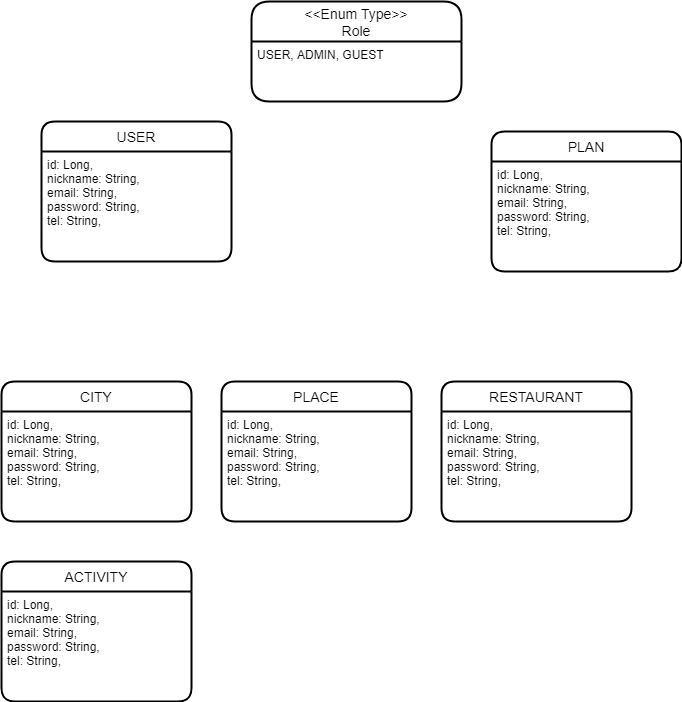
Above: Triplus_ERD.png in dooyeong20/special-trip (draw.io), before the change. Source tidied: cells renumbered, new cells last; positions are measured from the earlier drawing's top-left corner, leaving out a move shared by most shapes.
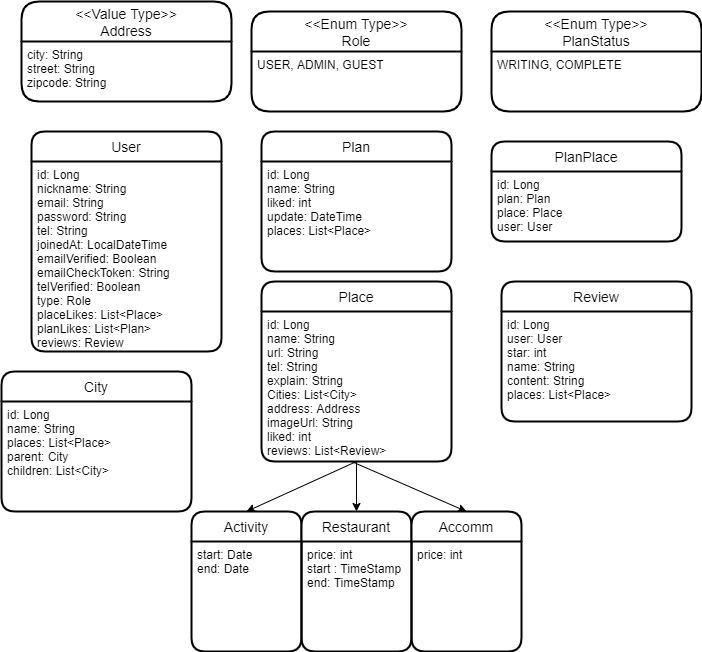
The same diagram one commit later.

The edit, as a diff of the source:
```diff
@@ -2,47 +2,90 @@
   <root>
     <mxCell id="0" />
     <mxCell id="1" parent="0" />
-    <mxCell id="2" value="USER" style="swimlane;horizontal=1;startSize=30;rounded=1;fontSize=14;fontStyle=0;strokeWidth=2;shadow=0;dashed=0;align=center;" parent="1" vertex="1">
-      <mxGeometry x="40" y="120" width="190" height="140" as="geometry" />
+    <mxCell id="2" value="User" style="swimlane;horizontal=1;startSize=30;rounded=1;fontSize=14;fontStyle=0;strokeWidth=2;shadow=0;dashed=0;align=center;" parent="1" vertex="1">
+      <mxGeometry x="30" y="60" width="190" height="220" as="geometry" />
     </mxCell>
-    <mxCell id="3" value="id: Long,&#10;nickname: String,&#10;email: String,&#10;password: String,&#10;tel: String," style="align=left;strokeColor=none;fillColor=none;spacingLeft=4;fontSize=12;verticalAlign=top;" parent="2" vertex="1">
-      <mxGeometry y="30" width="190" height="110" as="geometry" />
+    <mxCell id="3" value="id: Long&#10;nickname: String&#10;email: String&#10;password: String&#10;tel: String&#10;joinedAt: LocalDateTime&#10;emailVerified: Boolean&#10;emailCheckToken: String&#10;telVerified: Boolean&#10;type: Role&#10;placeLikes: List&lt;Place&gt;&#10;planLikes: List&lt;Plan&gt;&#10;reviews: Review" style="align=left;strokeColor=none;fillColor=none;spacingLeft=4;fontSize=12;verticalAlign=top;" parent="2" vertex="1">
+      <mxGeometry y="30" width="190" height="190" as="geometry" />
     </mxCell>
     <mxCell id="4" value="&lt;&lt;Enum Type&gt;&gt;&#10;Role" style="swimlane;horizontal=1;startSize=40;rounded=1;fontSize=14;fontStyle=0;strokeWidth=2;shadow=0;dashed=0;align=center;" parent="1" vertex="1">
-      <mxGeometry x="250" width="210" height="100" as="geometry" />
+      <mxGeometry x="250" y="-60" width="210" height="100" as="geometry" />
     </mxCell>
     <mxCell id="5" value="USER, ADMIN, GUEST" style="align=left;strokeColor=none;fillColor=none;spacingLeft=4;fontSize=12;verticalAlign=top;" parent="4" vertex="1">
       <mxGeometry y="40" width="210" height="60" as="geometry" />
     </mxCell>
-    <mxCell id="6" value="CITY" style="swimlane;horizontal=1;startSize=30;rounded=1;fontSize=14;fontStyle=0;strokeWidth=2;shadow=0;dashed=0;align=center;" parent="1" vertex="1">
-      <mxGeometry y="380" width="190" height="140" as="geometry" />
+    <mxCell id="6" value="City" style="swimlane;horizontal=1;startSize=30;rounded=1;fontSize=14;fontStyle=0;strokeWidth=2;shadow=0;dashed=0;align=center;" parent="1" vertex="1">
+      <mxGeometry y="300" width="190" height="140" as="geometry" />
     </mxCell>
-    <mxCell id="7" value="id: Long,&#10;nickname: String,&#10;email: String,&#10;password: String,&#10;tel: String," style="align=left;strokeColor=none;fillColor=none;spacingLeft=4;fontSize=12;verticalAlign=top;" parent="6" vertex="1">
+    <mxCell id="7" value="id: Long&#10;name: String&#10;places: List&lt;Place&gt;&#10;parent: City&#10;children: List&lt;City&gt;" style="align=left;strokeColor=none;fillColor=none;spacingLeft=4;fontSize=12;verticalAlign=top;" parent="6" vertex="1">
       <mxGeometry y="30" width="190" height="110" as="geometry" />
     </mxCell>
-    <mxCell id="8" value="PLAN" style="swimlane;horizontal=1;startSize=30;rounded=1;fontSize=14;fontStyle=0;strokeWidth=2;shadow=0;dashed=0;align=center;" parent="1" vertex="1">
-      <mxGeometry x="490" y="130" width="190" height="140" as="geometry" />
+    <mxCell id="8" value="Plan" style="swimlane;horizontal=1;startSize=30;rounded=1;fontSize=14;fontStyle=0;strokeWidth=2;shadow=0;dashed=0;align=center;" parent="1" vertex="1">
+      <mxGeometry x="260" y="60" width="190" height="140" as="geometry" />
     </mxCell>
-    <mxCell id="9" value="id: Long,&#10;nickname: String,&#10;email: String,&#10;password: String,&#10;tel: String," style="align=left;strokeColor=none;fillColor=none;spacingLeft=4;fontSize=12;verticalAlign=top;" parent="8" vertex="1">
+    <mxCell id="9" value="id: Long&#10;name: String&#10;liked: int&#10;update: DateTime&#10;places: List&lt;Place&gt;" style="align=left;strokeColor=none;fillColor=none;spacingLeft=4;fontSize=12;verticalAlign=top;" parent="8" vertex="1">
       <mxGeometry y="30" width="190" height="110" as="geometry" />
     </mxCell>
-    <mxCell id="10" value="PLACE" style="swimlane;horizontal=1;startSize=30;rounded=1;fontSize=14;fontStyle=0;strokeWidth=2;shadow=0;dashed=0;align=center;" parent="1" vertex="1">
-      <mxGeometry x="220" y="380" width="190" height="140" as="geometry" />
+    <mxCell id="10" value="Place" style="swimlane;horizontal=1;startSize=30;rounded=1;fontSize=14;fontStyle=0;strokeWidth=2;shadow=0;dashed=0;align=center;" parent="1" vertex="1">
+      <mxGeometry x="260" y="210" width="190" height="180" as="geometry" />
     </mxCell>
-    <mxCell id="11" value="id: Long,&#10;nickname: String,&#10;email: String,&#10;password: String,&#10;tel: String," style="align=left;strokeColor=none;fillColor=none;spacingLeft=4;fontSize=12;verticalAlign=top;" parent="10" vertex="1">
-      <mxGeometry y="30" width="190" height="110" as="geometry" />
+    <mxCell id="11" value="id: Long&#10;name: String&#10;url: String&#10;tel: String&#10;explain: String&#10;Cities: List&lt;City&gt;&#10;address: Address&#10;imageUrl: String&#10;liked: int&#10;reviews: List&lt;Review&gt;" style="align=left;strokeColor=none;fillColor=none;spacingLeft=4;fontSize=12;verticalAlign=top;" parent="10" vertex="1">
+      <mxGeometry y="30" width="190" height="150" as="geometry" />
     </mxCell>
-    <mxCell id="12" value="RESTAURANT" style="swimlane;horizontal=1;startSize=30;rounded=1;fontSize=14;fontStyle=0;strokeWidth=2;shadow=0;dashed=0;align=center;" parent="1" vertex="1">
-      <mxGeometry x="440" y="380" width="190" height="140" as="geometry" />
-    </mxCell>
-    <mxCell id="13" value="id: Long,&#10;nickname: String,&#10;email: String,&#10;password: String,&#10;tel: String," style="align=left;strokeColor=none;fillColor=none;spacingLeft=4;fontSize=12;verticalAlign=top;" parent="12" vertex="1">
-      <mxGeometry y="30" width="190" height="110" as="geometry" />
-    </mxCell>
-    <mxCell id="14" value="ACTIVITY" style="swimlane;horizontal=1;startSize=30;rounded=1;fontSize=14;fontStyle=0;strokeWidth=2;shadow=0;dashed=0;align=center;" parent="1" vertex="1">
-      <mxGeometry y="560" width="190" height="140" as="geometry" />
-    </mxCell>
-    <mxCell id="15" value="id: Long,&#10;nickname: String,&#10;email: String,&#10;password: String,&#10;tel: String," style="align=left;strokeColor=none;fillColor=none;spacingLeft=4;fontSize=12;verticalAlign=top;" parent="14" vertex="1">
-      <mxGeometry y="30" width="190" height="110" as="geometry" />
-    </mxCell>
+    <mxCell id="16" value="&lt;&lt;Enum Type&gt;&gt;&#10;PlanStatus" style="swimlane;horizontal=1;startSize=40;rounded=1;fontSize=14;fontStyle=0;strokeWidth=2;shadow=0;dashed=0;align=center;" parent="1" vertex="1">
+      <mxGeometry x="490" y="-60" width="210" height="100" as="geometry" />
+    </mxCell>
+    <mxCell id="17" value="WRITING, COMPLETE" style="align=left;strokeColor=none;fillColor=none;spacingLeft=4;fontSize=12;verticalAlign=top;" parent="16" vertex="1">
+      <mxGeometry y="40" width="210" height="60" as="geometry" />
+    </mxCell>
+    <mxCell id="18" style="endArrow=classic;html=1;exitX=0.5;exitY=1;exitDx=0;exitDy=0;entryX=0.5;entryY=0;entryDx=0;entryDy=0;" parent="1" edge="1" source="11" target="20">
+      <mxGeometry relative="1" as="geometry" />
+    </mxCell>
+    <mxCell id="19" style="endArrow=classic;html=1;entryX=0.5;entryY=0;entryDx=0;entryDy=0;" parent="1" edge="1" target="30">
+      <mxGeometry relative="1" as="geometry">
+        <mxPoint x="350" y="390" as="sourcePoint" />
+      </mxGeometry>
+    </mxCell>
+    <mxCell id="20" value="Activity" style="swimlane;horizontal=1;startSize=30;rounded=1;fontSize=14;fontStyle=0;strokeWidth=2;shadow=0;dashed=0;align=center;" parent="1" vertex="1">
+      <mxGeometry x="190" y="440" width="110" height="140" as="geometry" />
+    </mxCell>
+    <mxCell id="21" value="start: Date&#10;end: Date" style="align=left;strokeColor=none;fillColor=none;spacingLeft=4;fontSize=12;verticalAlign=top;" parent="20" vertex="1">
+      <mxGeometry y="30" width="110" height="110" as="geometry" />
+    </mxCell>
+    <mxCell id="22" value="Restaurant" style="swimlane;horizontal=1;startSize=30;rounded=1;fontSize=14;fontStyle=0;strokeWidth=2;shadow=0;dashed=0;align=center;" parent="1" vertex="1">
+      <mxGeometry x="300" y="440" width="110" height="140" as="geometry" />
+    </mxCell>
+    <mxCell id="23" value="price: int&#10;start : TimeStamp&#10;end: TimeStamp" style="align=left;strokeColor=none;fillColor=none;spacingLeft=4;fontSize=12;verticalAlign=top;" parent="22" vertex="1">
+      <mxGeometry y="30" width="110" height="110" as="geometry" />
+    </mxCell>
+    <mxCell id="24" value="Review" style="swimlane;horizontal=1;startSize=30;rounded=1;fontSize=14;fontStyle=0;strokeWidth=2;shadow=0;dashed=0;align=center;" parent="1" vertex="1">
+      <mxGeometry x="500" y="210" width="190" height="140" as="geometry" />
+    </mxCell>
+    <mxCell id="25" value="id: Long&#10;user: User&#10;star: int&#10;name: String&#10;content: String&#10;places: List&lt;Place&gt;" style="align=left;strokeColor=none;fillColor=none;spacingLeft=4;fontSize=12;verticalAlign=top;" parent="24" vertex="1">
+      <mxGeometry y="30" width="190" height="110" as="geometry" />
+    </mxCell>
+    <mxCell id="26" value="PlanPlace" style="swimlane;horizontal=1;startSize=30;rounded=1;fontSize=14;fontStyle=0;strokeWidth=2;shadow=0;dashed=0;align=center;" parent="1" vertex="1">
+      <mxGeometry x="490" y="70" width="190" height="100" as="geometry" />
+    </mxCell>
+    <mxCell id="27" value="id: Long&#10;plan: Plan&#10;place: Place&#10;user: User" style="align=left;strokeColor=none;fillColor=none;spacingLeft=4;fontSize=12;verticalAlign=top;" parent="26" vertex="1">
+      <mxGeometry y="30" width="190" height="70" as="geometry" />
+    </mxCell>
+    <mxCell id="28" value="&lt;&lt;Value Type&gt;&gt;&#10;Address" style="swimlane;horizontal=1;startSize=40;rounded=1;fontSize=14;fontStyle=0;strokeWidth=2;shadow=0;dashed=0;align=center;" parent="1" vertex="1">
+      <mxGeometry x="20" y="-70" width="210" height="100" as="geometry" />
+    </mxCell>
+    <mxCell id="29" value="city: String&#10;street: String&#10;zipcode: String" style="align=left;strokeColor=none;fillColor=none;spacingLeft=4;fontSize=12;verticalAlign=top;" parent="28" vertex="1">
+      <mxGeometry y="40" width="210" height="60" as="geometry" />
+    </mxCell>
+    <mxCell id="30" value="Accomm" style="swimlane;horizontal=1;startSize=30;rounded=1;fontSize=14;fontStyle=0;strokeWidth=2;shadow=0;dashed=0;align=center;" parent="1" vertex="1">
+      <mxGeometry x="410" y="440" width="110" height="140" as="geometry" />
+    </mxCell>
+    <mxCell id="31" value="price: int" style="align=left;strokeColor=none;fillColor=none;spacingLeft=4;fontSize=12;verticalAlign=top;" parent="30" vertex="1">
+      <mxGeometry y="30" width="110" height="110" as="geometry" />
+    </mxCell>
+    <mxCell id="32" style="endArrow=classic;html=1;entryX=0.5;entryY=0;entryDx=0;entryDy=0;" parent="1" edge="1" target="22">
+      <mxGeometry relative="1" as="geometry">
+        <mxPoint x="355" y="390" as="sourcePoint" />
+      </mxGeometry>
+    </mxCell>
   </root>
 </mxGraphModel>
```
